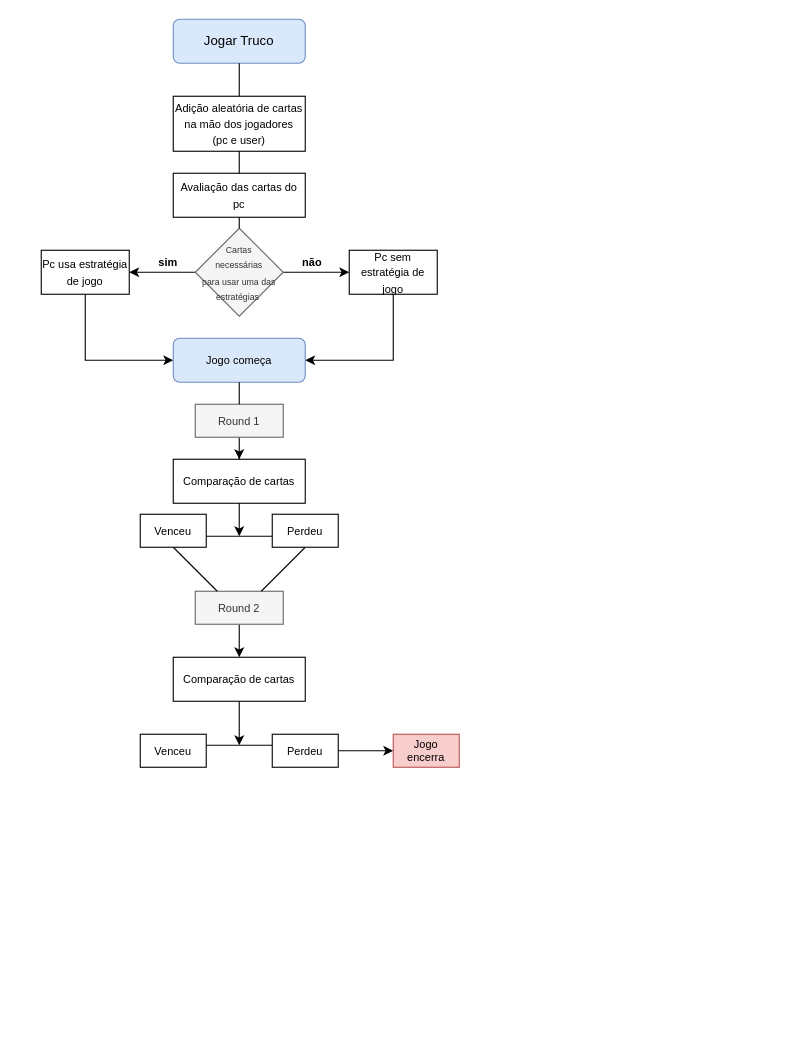
Before: Diagrama sem nome.drawio in Julia-Marcal/Python-Truco, a draw.io diagram. Source tidied: cells renumbered, new cells numbered last; positions are measured from the earlier drawing's top-left corner, leaving out a move shared by most shapes. Both pictures are drawn from the tidied source at 110%, with x=0, y=0 at pixel (41, 19).
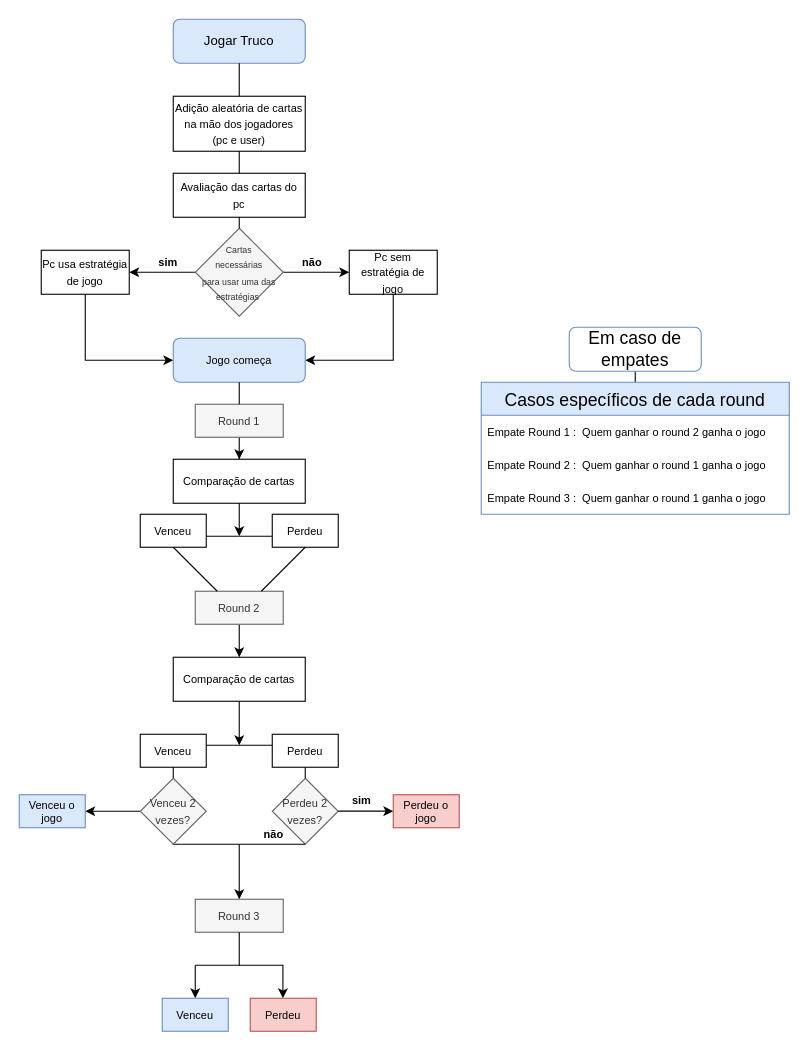
Above is the later version.

Unchanged cells that the change refers to:
```xml
<mxCell id="34" value="Venceu" style="rounded=0;whiteSpace=wrap;html=1;fontSize=10;" parent="1" vertex="1">
  <mxGeometry x="90" y="650" width="60" height="30" as="geometry" />
</mxCell>
<mxCell id="36" value="Perdeu" style="rounded=0;whiteSpace=wrap;html=1;fontSize=10;" parent="1" vertex="1">
  <mxGeometry x="210" y="650" width="60" height="30" as="geometry" />
</mxCell>
```

Diff of the diagram source:
```diff
@@
-    <mxCell id="35" style="edgeStyle=orthogonalEdgeStyle;rounded=0;jettySize=auto;html=1;fontSize=10;" parent="1" edge="1" source="36" target="37">
-      <mxGeometry relative="1" as="geometry" />
-    </mxCell>
@@
-    <mxCell id="37" value="Jogo encerra" style="rounded=0;whiteSpace=wrap;html=1;fontSize=10;fillColor=#f8cecc;strokeColor=#b85450;" parent="1" vertex="1">
-      <mxGeometry x="320" y="650" width="60" height="30" as="geometry" />
-    </mxCell>
+    <mxCell id="38" value="&lt;font style=&quot;font-size: 10px;&quot;&gt;Perdeu 2 vezes?&lt;/font&gt;" style="rhombus;whiteSpace=wrap;html=1;fillColor=#f5f5f5;fontColor=#333333;strokeColor=#666666;" parent="1" vertex="1">
+      <mxGeometry x="210" y="690" width="60" height="60" as="geometry" />
+    </mxCell>
+    <mxCell id="39" style="endArrow=none;html=1;rounded=0;fontSize=10;entryX=0.5;entryY=1;entryDx=0;entryDy=0;exitX=0.5;exitY=0;exitDx=0;exitDy=0;" parent="1" edge="1" source="38" target="36">
+      <mxGeometry relative="1" as="geometry" />
+    </mxCell>
+    <mxCell id="40" style="endArrow=classic;html=1;rounded=0;fontSize=10;" parent="1" edge="1">
+      <mxGeometry relative="1" as="geometry">
+        <mxPoint x="270" y="719.9" as="sourcePoint" />
+        <mxPoint x="320" y="719.9" as="targetPoint" />
+      </mxGeometry>
+    </mxCell>
+    <mxCell id="41" value="sim&lt;br&gt;" style="edgeLabel;html=1;align=center;verticalAlign=middle;fontSize=10;fontStyle=1;" parent="40" vertex="1">
+      <mxGeometry x="-0.56" relative="1" as="geometry">
+        <mxPoint x="9" y="-10" as="offset" />
+      </mxGeometry>
+    </mxCell>
+    <mxCell id="42" value="Perdeu o jogo" style="rounded=0;whiteSpace=wrap;html=1;fontSize=10;fillColor=#f8cecc;strokeColor=#b85450;" parent="1" vertex="1">
+      <mxGeometry x="320" y="705" width="60" height="30" as="geometry" />
+    </mxCell>
+    <mxCell id="43" value="Round 3" style="rounded=0;whiteSpace=wrap;html=1;fontSize=10;fillColor=#f5f5f5;fontColor=#333333;strokeColor=#666666;" parent="1" vertex="1">
+      <mxGeometry x="140" y="800" width="80" height="30" as="geometry" />
+    </mxCell>
+    <mxCell id="44" style="endArrow=none;html=1;rounded=0;fontSize=10;" parent="1" edge="1">
+      <mxGeometry relative="1" as="geometry">
+        <mxPoint x="120" y="750" as="sourcePoint" />
+        <mxPoint x="240" y="750" as="targetPoint" />
+      </mxGeometry>
+    </mxCell>
+    <mxCell id="45" value="não&lt;br&gt;" style="edgeLabel;html=1;align=center;verticalAlign=middle;fontSize=10;fontStyle=1;" parent="44" vertex="1">
+      <mxGeometry x="0.57" y="2" relative="1" as="geometry">
+        <mxPoint x="-4" y="-8" as="offset" />
+      </mxGeometry>
+    </mxCell>
+    <mxCell id="46" style="endArrow=none;html=1;rounded=0;fontSize=10;entryX=0.5;entryY=1;entryDx=0;entryDy=0;" parent="1" edge="1" target="34">
+      <mxGeometry relative="1" as="geometry">
+        <mxPoint x="120" y="750" as="sourcePoint" />
+      </mxGeometry>
+    </mxCell>
+    <mxCell id="47" style="endArrow=classic;html=1;rounded=0;fontSize=10;entryX=0.5;entryY=0;entryDx=0;entryDy=0;" parent="1" edge="1" target="43">
+      <mxGeometry relative="1" as="geometry">
+        <mxPoint x="180" y="750" as="sourcePoint" />
+      </mxGeometry>
+    </mxCell>
+    <mxCell id="48" style="endArrow=none;html=1;rounded=0;fontSize=10;" parent="1" edge="1">
+      <mxGeometry relative="1" as="geometry">
+        <mxPoint x="180" y="860" as="sourcePoint" />
+        <mxPoint x="180" y="830" as="targetPoint" />
+      </mxGeometry>
+    </mxCell>
+    <mxCell id="49" style="endArrow=none;html=1;rounded=0;fontSize=10;" parent="1" edge="1">
+      <mxGeometry relative="1" as="geometry">
+        <mxPoint x="140" y="860" as="sourcePoint" />
+        <mxPoint x="220" y="860" as="targetPoint" />
+      </mxGeometry>
+    </mxCell>
+    <mxCell id="50" style="endArrow=classic;html=1;rounded=0;fontSize=10;" parent="1" edge="1">
+      <mxGeometry relative="1" as="geometry">
+        <mxPoint x="140" y="860" as="sourcePoint" />
+        <mxPoint x="140" y="890" as="targetPoint" />
+      </mxGeometry>
+    </mxCell>
+    <mxCell id="51" style="endArrow=classic;html=1;rounded=0;fontSize=10;" parent="1" edge="1">
+      <mxGeometry relative="1" as="geometry">
+        <mxPoint x="219.7" y="860" as="sourcePoint" />
+        <mxPoint x="219.7" y="890" as="targetPoint" />
+      </mxGeometry>
+    </mxCell>
+    <mxCell id="52" value="Venceu" style="rounded=0;whiteSpace=wrap;html=1;fontSize=10;fillColor=#dae8fc;strokeColor=#6c8ebf;" parent="1" vertex="1">
+      <mxGeometry x="110" y="890" width="60" height="30" as="geometry" />
+    </mxCell>
+    <mxCell id="53" value="Perdeu" style="rounded=0;whiteSpace=wrap;html=1;fontSize=10;fillColor=#f8cecc;strokeColor=#b85450;" parent="1" vertex="1">
+      <mxGeometry x="190" y="890" width="60" height="30" as="geometry" />
+    </mxCell>
+    <mxCell id="54" style="edgeStyle=orthogonalEdgeStyle;rounded=0;jettySize=auto;html=1;fontSize=10;" parent="1" edge="1" source="55">
+      <mxGeometry relative="1" as="geometry">
+        <mxPoint x="40" y="720" as="targetPoint" />
+      </mxGeometry>
+    </mxCell>
+    <mxCell id="55" value="&lt;font style=&quot;font-size: 10px;&quot;&gt;Venceu 2 vezes?&lt;/font&gt;" style="rhombus;whiteSpace=wrap;html=1;fillColor=#f5f5f5;fontColor=#333333;strokeColor=#666666;" parent="1" vertex="1">
+      <mxGeometry x="90" y="690" width="60" height="60" as="geometry" />
+    </mxCell>
+    <mxCell id="56" value="Venceu o jogo" style="rounded=0;whiteSpace=wrap;html=1;fontSize=10;fillColor=#dae8fc;strokeColor=#6c8ebf;" parent="1" vertex="1">
+      <mxGeometry x="-20" y="705" width="60" height="30" as="geometry" />
+    </mxCell>
+    <mxCell id="57" value="&lt;font style=&quot;font-size: 16px;&quot;&gt;Em caso de empates&lt;/font&gt;" style="text;html=1;strokeColor=none;fillColor=none;align=center;verticalAlign=middle;whiteSpace=wrap;rounded=0;fontSize=10;" parent="1" vertex="1">
+      <mxGeometry x="480" y="280" width="120" height="40" as="geometry" />
+    </mxCell>
+    <mxCell id="58" style="endArrow=none;html=1;rounded=0;fontSize=16;" parent="1" edge="1">
+      <mxGeometry relative="1" as="geometry">
+        <mxPoint x="540" y="350" as="sourcePoint" />
+        <mxPoint x="540" y="320" as="targetPoint" />
+      </mxGeometry>
+    </mxCell>
+    <mxCell id="59" value="Casos específicos de cada round" style="swimlane;fontStyle=0;horizontal=1;startSize=30;fontSize=16;fillColor=#dae8fc;strokeColor=#6c8ebf;" parent="1" vertex="1">
+      <mxGeometry x="400" y="330" width="280" height="120" as="geometry" />
+    </mxCell>
+    <mxCell id="60" value="Empate Round 1 :  Quem ganhar o round 2 ganha o jogo " style="text;strokeColor=none;fillColor=none;align=left;verticalAlign=middle;spacingLeft=4;spacingRight=4;overflow=hidden;fontSize=10;" parent="59" vertex="1">
+      <mxGeometry y="30" width="280" height="30" as="geometry" />
+    </mxCell>
+    <mxCell id="61" value="Empate Round 2 :  Quem ganhar o round 1 ganha o jogo " style="text;strokeColor=none;fillColor=none;align=left;verticalAlign=middle;spacingLeft=4;spacingRight=4;overflow=hidden;fontSize=10;" parent="59" vertex="1">
+      <mxGeometry y="60" width="280" height="30" as="geometry" />
+    </mxCell>
+    <mxCell id="62" value="Empate Round 3 :  Quem ganhar o round 1 ganha o jogo " style="text;strokeColor=none;fillColor=none;align=left;verticalAlign=middle;spacingLeft=4;spacingRight=4;overflow=hidden;fontSize=10;" parent="59" vertex="1">
+      <mxGeometry y="90" width="280" height="30" as="geometry" />
+    </mxCell>
+    <mxCell id="63" style="rounded=1;whiteSpace=wrap;html=1;fontSize=10;fillColor=none;strokeColor=#6c8ebf;" parent="1" vertex="1">
+      <mxGeometry x="480" y="280" width="120" height="40" as="geometry" />
+    </mxCell>
```
